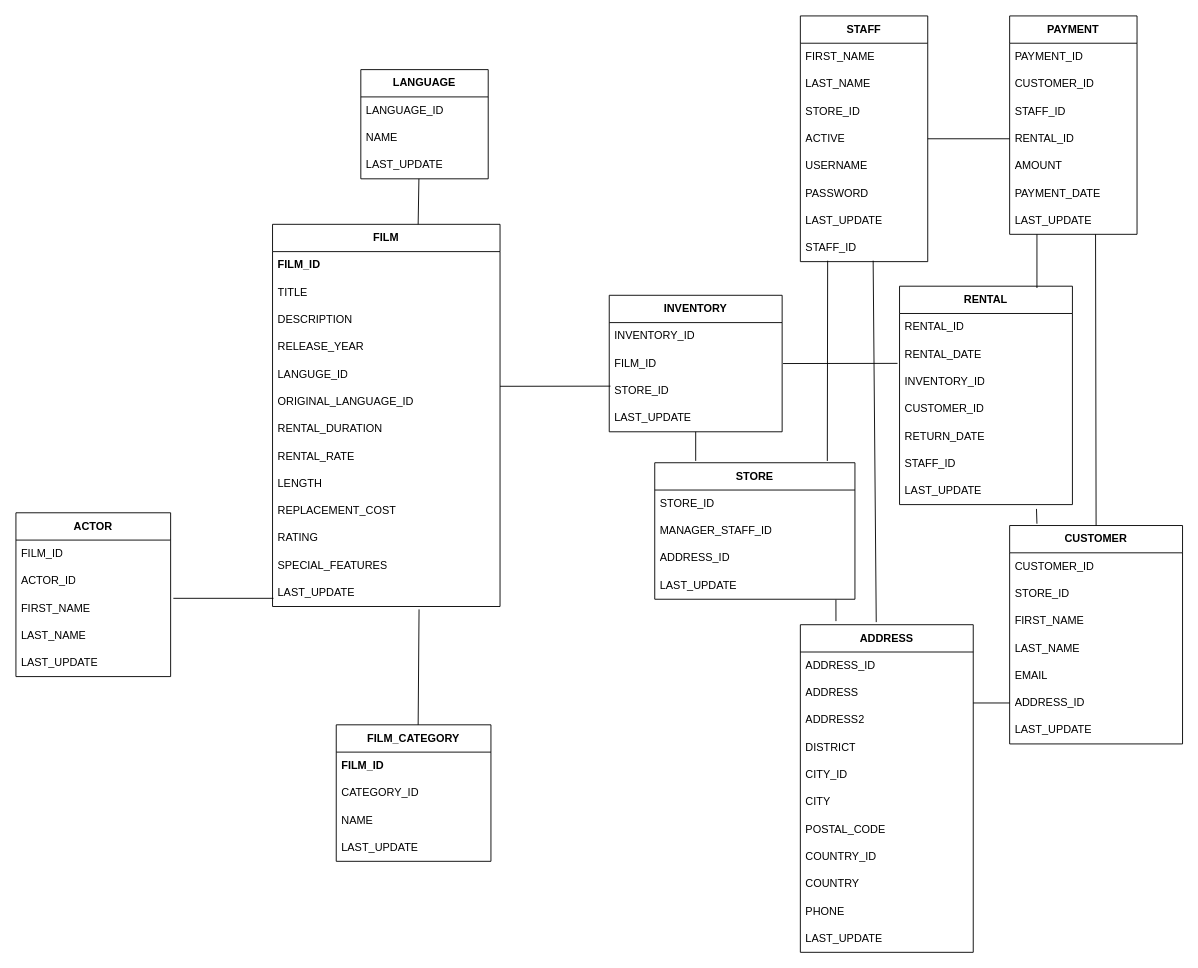
Earlier version of the draw.io diagram db_normalization-lab.drawio (monbas11/lab-database-normalization). Source tidied: cells renumbered, new cells numbered last; positions are measured from the earlier drawing's top-left corner, leaving out a move shared by most shapes. Both pictures are drawn from the tidied source at 91%, with x=0, y=0 at pixel (15, 15).
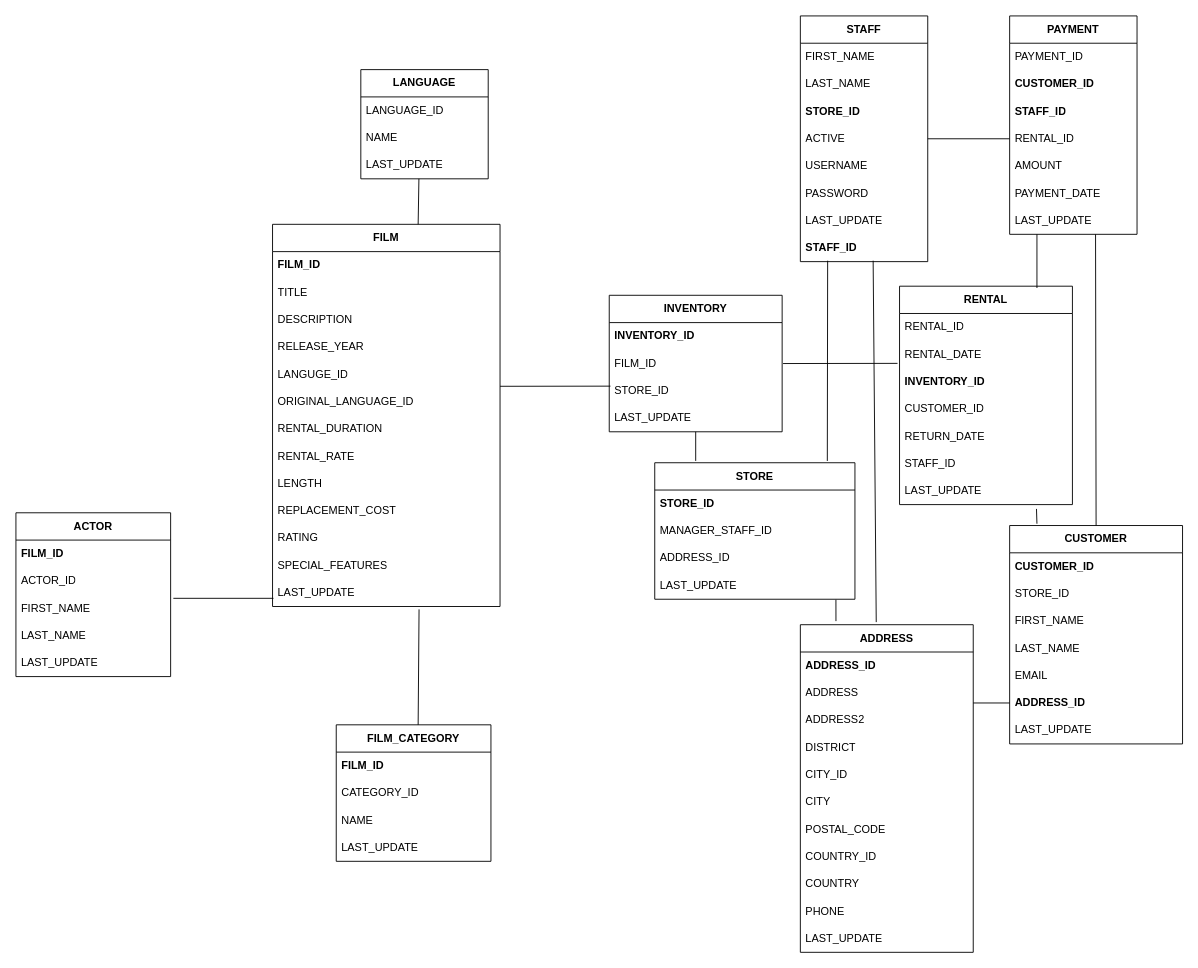
The same diagram, later.

The change refers to these unchanged cells:
```xml
<mxCell id="2" value="&lt;b&gt;STAFF&lt;/b&gt;" style="swimlane;fontStyle=0;horizontal=1;startSize=30;whiteSpace=wrap;html=1;" parent="1" vertex="1">
  <mxGeometry x="862" width="140" height="270" as="geometry" />
</mxCell>
<mxCell id="11" value="&lt;b&gt;PAYMENT&lt;/b&gt;" style="swimlane;fontStyle=0;horizontal=1;startSize=30;whiteSpace=wrap;html=1;" parent="1" vertex="1">
  <mxGeometry x="1092" width="140" height="240" as="geometry" />
</mxCell>
<mxCell id="20" value="&lt;b&gt;RENTAL&lt;/b&gt;" style="swimlane;fontStyle=0;horizontal=1;startSize=30;whiteSpace=wrap;html=1;" parent="1" vertex="1">
  <mxGeometry x="971" y="297" width="190" height="240" as="geometry" />
</mxCell>
<mxCell id="30" value="&lt;b&gt;CUSTOMER&lt;/b&gt;" style="swimlane;fontStyle=0;horizontal=1;startSize=30;whiteSpace=wrap;html=1;" parent="1" vertex="1">
  <mxGeometry x="1092" y="560" width="190" height="240" as="geometry" />
</mxCell>
<mxCell id="39" value="&lt;b&gt;INVENTORY&lt;/b&gt;" style="swimlane;fontStyle=0;horizontal=1;startSize=30;whiteSpace=wrap;html=1;" parent="1" vertex="1">
  <mxGeometry x="652" y="307" width="190" height="150" as="geometry" />
</mxCell>
<mxCell id="45" value="&lt;b&gt;STORE&lt;/b&gt;" style="swimlane;fontStyle=0;horizontal=1;startSize=30;whiteSpace=wrap;html=1;" parent="1" vertex="1">
  <mxGeometry x="702" y="491" width="220" height="150" as="geometry" />
</mxCell>
<mxCell id="52" value="&lt;b&gt;ADDRESS&lt;/b&gt;" style="swimlane;fontStyle=0;horizontal=1;startSize=30;whiteSpace=wrap;html=1;" parent="1" vertex="1">
  <mxGeometry x="862" y="669" width="190" height="360" as="geometry" />
</mxCell>
<mxCell id="88" value="&lt;b&gt;ACTOR&lt;/b&gt;" style="swimlane;fontStyle=0;horizontal=1;startSize=30;whiteSpace=wrap;html=1;" parent="1" vertex="1">
  <mxGeometry y="546" width="170" height="180" as="geometry" />
</mxCell>
```

Diff of the diagram source:
```diff
@@
-    <mxCell id="5" value="STORE_ID" style="text;strokeColor=none;fillColor=none;align=left;verticalAlign=middle;spacingLeft=4;spacingRight=4;overflow=hidden;whiteSpace=wrap;html=1;" parent="2" vertex="1">
+    <mxCell id="5" value="STORE_ID" style="text;strokeColor=none;fillColor=none;align=left;verticalAlign=middle;spacingLeft=4;spacingRight=4;overflow=hidden;whiteSpace=wrap;html=1;fontStyle=1;" parent="2" vertex="1">
       <mxGeometry y="90" width="140" height="30" as="geometry" />
     </mxCell>
@@
-    <mxCell id="10" value="STAFF_ID" style="text;strokeColor=none;fillColor=none;align=left;verticalAlign=middle;spacingLeft=4;spacingRight=4;overflow=hidden;whiteSpace=wrap;html=1;" parent="2" vertex="1">
+    <mxCell id="10" value="STAFF_ID" style="text;strokeColor=none;fillColor=none;align=left;verticalAlign=middle;spacingLeft=4;spacingRight=4;overflow=hidden;whiteSpace=wrap;html=1;fontStyle=1;" parent="2" vertex="1">
       <mxGeometry y="240" width="140" height="30" as="geometry" />
     </mxCell>
@@
-    <mxCell id="13" value="CUSTOMER_ID" style="text;strokeColor=none;fillColor=none;align=left;verticalAlign=middle;spacingLeft=4;spacingRight=4;overflow=hidden;whiteSpace=wrap;html=1;" parent="11" vertex="1">
+    <mxCell id="13" value="CUSTOMER_ID" style="text;strokeColor=none;fillColor=none;align=left;verticalAlign=middle;spacingLeft=4;spacingRight=4;overflow=hidden;whiteSpace=wrap;html=1;fontStyle=1;" parent="11" vertex="1">
       <mxGeometry y="60" width="140" height="30" as="geometry" />
     </mxCell>
-    <mxCell id="14" value="STAFF_ID" style="text;strokeColor=none;fillColor=none;align=left;verticalAlign=middle;spacingLeft=4;spacingRight=4;overflow=hidden;whiteSpace=wrap;html=1;" parent="11" vertex="1">
+    <mxCell id="14" value="STAFF_ID" style="text;strokeColor=none;fillColor=none;align=left;verticalAlign=middle;spacingLeft=4;spacingRight=4;overflow=hidden;whiteSpace=wrap;html=1;fontStyle=1;" parent="11" vertex="1">
       <mxGeometry y="90" width="140" height="30" as="geometry" />
     </mxCell>
@@
-    <mxCell id="23" value="INVENTORY_ID" style="text;strokeColor=none;fillColor=none;align=left;verticalAlign=middle;spacingLeft=4;spacingRight=4;overflow=hidden;whiteSpace=wrap;html=1;" parent="20" vertex="1">
+    <mxCell id="23" value="INVENTORY_ID" style="text;strokeColor=none;fillColor=none;align=left;verticalAlign=middle;spacingLeft=4;spacingRight=4;overflow=hidden;whiteSpace=wrap;html=1;fontStyle=1;" parent="20" vertex="1">
       <mxGeometry y="90" width="190" height="30" as="geometry" />
     </mxCell>
@@
-    <mxCell id="31" value="CUSTOMER_ID" style="text;strokeColor=none;fillColor=none;align=left;verticalAlign=middle;spacingLeft=4;spacingRight=4;overflow=hidden;whiteSpace=wrap;html=1;" parent="30" vertex="1">
+    <mxCell id="31" value="CUSTOMER_ID" style="text;strokeColor=none;fillColor=none;align=left;verticalAlign=middle;spacingLeft=4;spacingRight=4;overflow=hidden;whiteSpace=wrap;html=1;fontStyle=1;" parent="30" vertex="1">
       <mxGeometry y="30" width="190" height="30" as="geometry" />
     </mxCell>
@@
-    <mxCell id="36" value="ADDRESS_ID" style="text;strokeColor=none;fillColor=none;align=left;verticalAlign=middle;spacingLeft=4;spacingRight=4;overflow=hidden;points=[[0,0.5],[1,0.5]];portConstraint=eastwest;whiteSpace=wrap;html=1;" parent="30" vertex="1">
+    <mxCell id="36" value="ADDRESS_ID" style="text;strokeColor=none;fillColor=none;align=left;verticalAlign=middle;spacingLeft=4;spacingRight=4;overflow=hidden;points=[[0,0.5],[1,0.5]];portConstraint=eastwest;whiteSpace=wrap;html=1;fontStyle=1;" parent="30" vertex="1">
       <mxGeometry y="180" width="190" height="30" as="geometry" />
     </mxCell>
@@
-    <mxCell id="40" value="INVENTORY_ID" style="text;strokeColor=none;fillColor=none;align=left;verticalAlign=middle;spacingLeft=4;spacingRight=4;overflow=hidden;whiteSpace=wrap;html=1;" parent="39" vertex="1">
+    <mxCell id="40" value="INVENTORY_ID" style="text;strokeColor=none;fillColor=none;align=left;verticalAlign=middle;spacingLeft=4;spacingRight=4;overflow=hidden;whiteSpace=wrap;html=1;fontStyle=1;" parent="39" vertex="1">
       <mxGeometry y="30" width="190" height="30" as="geometry" />
     </mxCell>
@@
-    <mxCell id="46" value="STORE_ID" style="text;strokeColor=none;fillColor=none;align=left;verticalAlign=middle;spacingLeft=4;spacingRight=4;overflow=hidden;whiteSpace=wrap;html=1;" parent="45" vertex="1">
+    <mxCell id="46" value="STORE_ID" style="text;strokeColor=none;fillColor=none;align=left;verticalAlign=middle;spacingLeft=4;spacingRight=4;overflow=hidden;whiteSpace=wrap;html=1;fontStyle=1;" parent="45" vertex="1">
       <mxGeometry y="30" width="220" height="30" as="geometry" />
     </mxCell>
@@
-    <mxCell id="53" value="ADDRESS_ID" style="text;strokeColor=none;fillColor=none;align=left;verticalAlign=middle;spacingLeft=4;spacingRight=4;overflow=hidden;whiteSpace=wrap;html=1;" parent="52" vertex="1">
+    <mxCell id="53" value="ADDRESS_ID" style="text;strokeColor=none;fillColor=none;align=left;verticalAlign=middle;spacingLeft=4;spacingRight=4;overflow=hidden;whiteSpace=wrap;html=1;fontStyle=1;" parent="52" vertex="1">
       <mxGeometry y="30" width="190" height="30" as="geometry" />
     </mxCell>
@@
-    <mxCell id="89" value="FILM_ID" style="text;strokeColor=none;fillColor=none;align=left;verticalAlign=middle;spacingLeft=4;spacingRight=4;overflow=hidden;whiteSpace=wrap;html=1;" parent="88" vertex="1">
+    <mxCell id="89" value="FILM_ID" style="text;strokeColor=none;fillColor=none;align=left;verticalAlign=middle;spacingLeft=4;spacingRight=4;overflow=hidden;whiteSpace=wrap;html=1;fontStyle=1;" parent="88" vertex="1">
       <mxGeometry y="30" width="170" height="30" as="geometry" />
     </mxCell>
```
